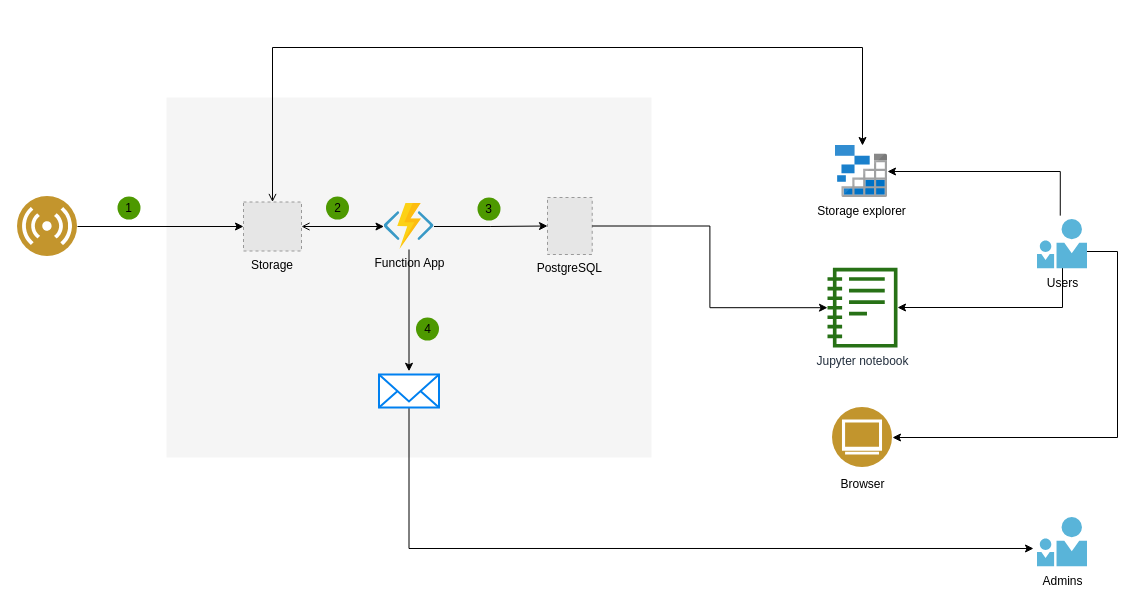
Before: docs/infrastructure.drawio in alan-turing-institute/CROP, a draw.io diagram. Source tidied: cells renumbered, new cells numbered last; positions are measured from the earlier drawing's top-left corner, leaving out a move shared by most shapes. Both pictures are drawn from the tidied source at 100%, with x=0, y=0 at pixel (17, 47). Pictures stored in the file or linked from it are replaced by grey dashed boxes.
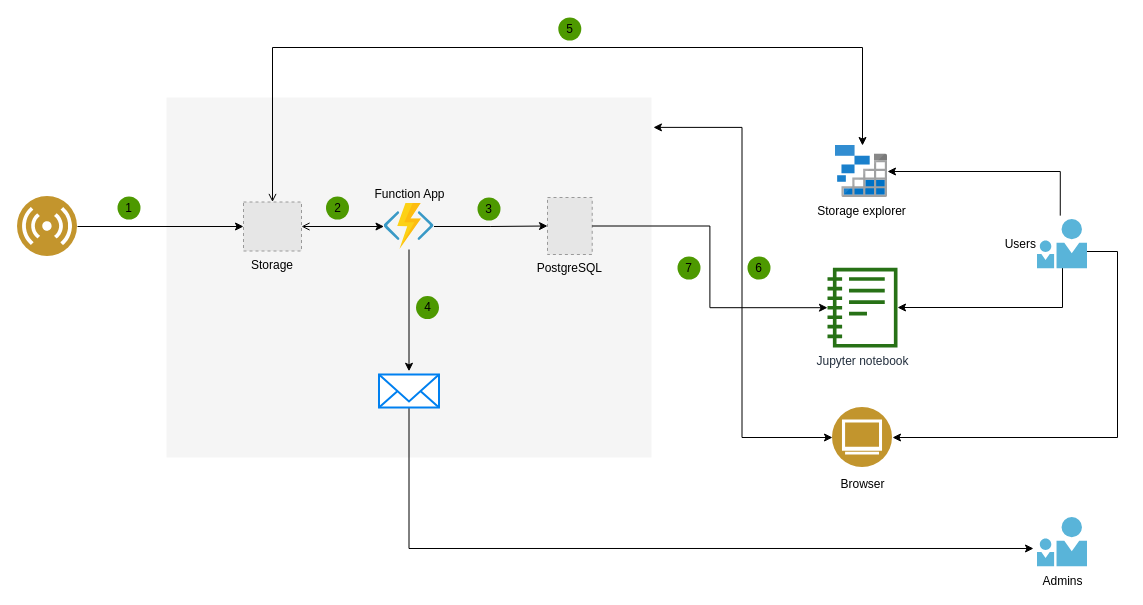
Above is the later version.

Unchanged cells that the change refers to:
```xml
<mxCell id="22" value="Browser" style="perimeter=ellipsePerimeter;html=1;align=center;shadow=0;dashed=0;fontColor=#000000;labelBackgroundColor=none;fontSize=12;spacingTop=3;image;image=img/lib/ibm/users/browser.svg;" parent="1" vertex="1">
  <mxGeometry x="815" y="360" width="60" height="60" as="geometry" />
</mxCell>
<mxCell id="25" style="html=1;verticalLabelPosition=bottom;align=center;labelBackgroundColor=#ffffff;verticalAlign=top;strokeWidth=2;strokeColor=#0080F0;shadow=0;dashed=0;shape=mxgraph.ios7.icons.mail;" parent="1" vertex="1">
  <mxGeometry x="361.5" y="327" width="60" height="33" as="geometry" />
</mxCell>
```

Change to the diagram source:
```diff
@@
-    <mxCell id="2" style="rounded=0;whiteSpace=wrap;html=1;fillColor=#f5f5f5;strokeColor=none;fontColor=#333333;" parent="1" vertex="1">
+    <mxCell id="2" style="rounded=0;whiteSpace=wrap;html=1;fillColor=#f5f5f5;strokeColor=none;fontColor=#E6E6E6;" parent="1" vertex="1">
       <mxGeometry x="149" y="50" width="485" height="360" as="geometry" />
     </mxCell>
+    <mxCell id="15" style="edgeStyle=orthogonalEdgeStyle;rounded=0;jettySize=auto;html=1;entryX=0.5;entryY=-0.098;entryDx=0;entryDy=0;entryPerimeter=0;verticalAlign=top;labelBackgroundColor=#ffffff;fontColor=#000000;" parent="1" edge="1" source="16" target="25">
+      <mxGeometry relative="1" as="geometry" />
+    </mxCell>
@@
-    <mxCell id="9" value="Users" style="html=1;perimeter=none;align=center;shadow=0;dashed=0;image;fontSize=12;image=img/lib/mscae/PersonWithFriend.svg;labelBackgroundColor=none;" parent="1" vertex="1">
+    <mxCell id="9" value="Users" style="html=1;perimeter=none;align=right;shadow=0;dashed=0;image;fontSize=12;image=img/lib/mscae/PersonWithFriend.svg;labelBackgroundColor=none;labelPosition=left;verticalLabelPosition=middle;verticalAlign=middle;" parent="1" vertex="1">
       <mxGeometry x="1020" y="172" width="50" height="49.5" as="geometry" />
     </mxCell>
@@
-    <mxCell id="15" style="edgeStyle=orthogonalEdgeStyle;rounded=0;jettySize=auto;html=1;entryX=0.5;entryY=-0.098;entryDx=0;entryDy=0;entryPerimeter=0;" parent="1" edge="1" source="16" target="25">
-      <mxGeometry relative="1" as="geometry" />
-    </mxCell>
-    <mxCell id="16" value="Function App" style="html=1;points=[];align=center;image;fontSize=12;image=img/lib/mscae/Functions.svg;labelBackgroundColor=none;" parent="1" vertex="1">
+    <mxCell id="16" value="Function App" style="html=1;points=[];align=center;image;fontSize=12;image=img/lib/mscae/Functions.svg;labelBackgroundColor=none;labelPosition=center;verticalLabelPosition=top;verticalAlign=bottom;" parent="1" vertex="1">
       <mxGeometry x="366.5" y="156" width="50" height="46" as="geometry" />
     </mxCell>
@@
+    <mxCell id="27" style="edgeStyle=orthogonalEdgeStyle;rounded=0;jettySize=auto;html=1;labelBackgroundColor=#ffffff;fontColor=#000000;entryX=1.004;entryY=0.083;entryDx=0;entryDy=0;entryPerimeter=0;startArrow=classic;startFill=1;" parent="1" edge="1" source="22" target="2">
+      <mxGeometry relative="1" as="geometry" />
+    </mxCell>
@@
     <mxCell id="26" value="4" style="ellipse;whiteSpace=wrap;html=1;fillColor=#4D9900;strokeColor=none;labelBackgroundColor=none;" parent="1" vertex="1">
-      <mxGeometry x="398.5" y="270" width="23" height="23" as="geometry" />
+      <mxGeometry x="398.5" y="248.6" width="23" height="23" as="geometry" />
     </mxCell>
+    <mxCell id="28" value="5" style="ellipse;whiteSpace=wrap;html=1;fillColor=#4D9900;strokeColor=none;labelBackgroundColor=none;" parent="1" vertex="1">
+      <mxGeometry x="540.8" y="-30" width="23" height="23" as="geometry" />
+    </mxCell>
+    <mxCell id="29" value="6" style="ellipse;whiteSpace=wrap;html=1;fillColor=#4D9900;strokeColor=none;labelBackgroundColor=none;" parent="1" vertex="1">
+      <mxGeometry x="730" y="209" width="23" height="23" as="geometry" />
+    </mxCell>
+    <mxCell id="30" value="7" style="ellipse;whiteSpace=wrap;html=1;fillColor=#4D9900;strokeColor=none;labelBackgroundColor=none;" parent="1" vertex="1">
+      <mxGeometry x="660" y="209" width="23" height="23" as="geometry" />
+    </mxCell>
```
